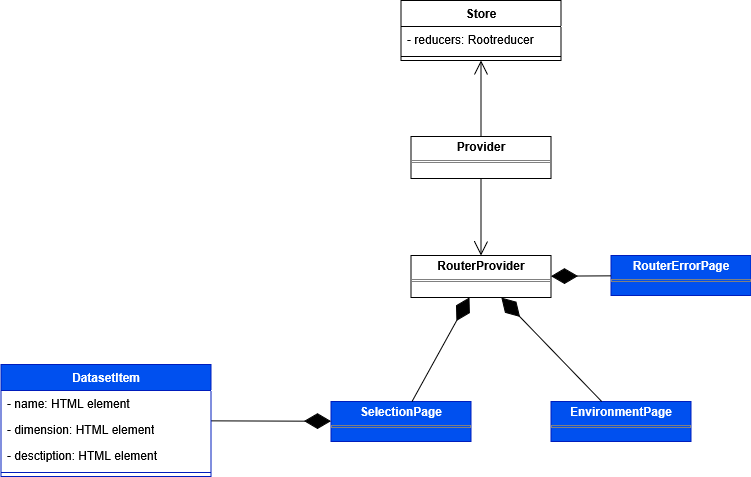
Before: Docs/PB/Generali Esterni/specifica_tecnica/template/images/uml_front/ui/pages.png, a diagram exported from draw.io (6BitBusters/6BitBusters.github.io). Source tidied: cells renumbered, new cells last; positions are measured from the earlier drawing's top-left corner, leaving out a move shared by most shapes. Its diagram source:
```xml
<mxGraphModel>
  <root>
    <mxCell id="0" />
    <mxCell id="1" parent="0" />
    <mxCell id="2" value="&lt;p style=&quot;margin:0px;margin-top:4px;text-align:center;&quot;&gt;&lt;b&gt;Provider&lt;/b&gt;&lt;/p&gt;&lt;hr size=&quot;1&quot; style=&quot;border-style:solid;&quot;&gt;&lt;div style=&quot;height:2px;&quot;&gt;&lt;/div&gt;" style="verticalAlign=top;align=left;overflow=fill;html=1;whiteSpace=wrap;" parent="1" vertex="1">
      <mxGeometry x="409.5" y="136" width="140" height="42" as="geometry" />
    </mxCell>
    <mxCell id="3" style="endArrow=open;endFill=1;endSize=12;html=1;rounded=0;" parent="1" edge="1" source="2" target="8">
      <mxGeometry relative="1" as="geometry" />
    </mxCell>
    <mxCell id="4" value="&lt;div&gt;Store&lt;/div&gt;" style="swimlane;fontStyle=1;align=center;verticalAlign=top;horizontal=1;startSize=26;whiteSpace=wrap;html=1;" parent="1" vertex="1">
      <mxGeometry x="399.5" width="160" height="60" as="geometry" />
    </mxCell>
    <mxCell id="5" value="&lt;div&gt;- reducers: Rootreducer&lt;/div&gt;" style="text;strokeColor=none;fillColor=none;align=left;verticalAlign=top;spacingLeft=4;spacingRight=4;overflow=hidden;whiteSpace=wrap;html=1;" parent="4" vertex="1">
      <mxGeometry y="26" width="160" height="26" as="geometry" />
    </mxCell>
    <mxCell id="6" style="line;strokeWidth=1;fillColor=none;align=left;verticalAlign=middle;spacingTop=-1;spacingLeft=3;spacingRight=3;labelPosition=right;strokeColor=inherit;" parent="4" vertex="1">
      <mxGeometry y="52" width="160" height="8" as="geometry" />
    </mxCell>
    <mxCell id="7" style="endArrow=open;endFill=1;endSize=12;html=1;rounded=0;" parent="1" edge="1" source="2" target="4">
      <mxGeometry relative="1" as="geometry" />
    </mxCell>
    <mxCell id="8" value="&lt;p style=&quot;margin:0px;margin-top:4px;text-align:center;&quot;&gt;&lt;b&gt;RouterProvider&lt;/b&gt;&lt;/p&gt;&lt;hr size=&quot;1&quot; style=&quot;border-style:solid;&quot;&gt;&lt;div style=&quot;height:2px;&quot;&gt;&lt;/div&gt;" style="verticalAlign=top;align=left;overflow=fill;html=1;whiteSpace=wrap;" parent="1" vertex="1">
      <mxGeometry x="409.5" y="255" width="140" height="42" as="geometry" />
    </mxCell>
    <mxCell id="9" value="&lt;p style=&quot;margin:0px;margin-top:4px;text-align:center;&quot;&gt;&lt;b&gt;SelectionPage&lt;/b&gt;&lt;/p&gt;&lt;hr size=&quot;1&quot; style=&quot;border-style:solid;&quot;&gt;&lt;div style=&quot;height:2px;&quot;&gt;&lt;/div&gt;" style="verticalAlign=top;align=left;overflow=fill;html=1;whiteSpace=wrap;fillColor=#0050ef;fontColor=#ffffff;strokeColor=#001DBC;" parent="1" vertex="1">
      <mxGeometry x="329.5" y="401" width="140" height="40" as="geometry" />
    </mxCell>
    <mxCell id="10" value="&lt;p style=&quot;margin:0px;margin-top:4px;text-align:center;&quot;&gt;&lt;b&gt;EnvironmentPage&lt;/b&gt;&lt;/p&gt;&lt;hr size=&quot;1&quot; style=&quot;border-style:solid;&quot;&gt;&lt;div style=&quot;height:2px;&quot;&gt;&lt;/div&gt;" style="verticalAlign=top;align=left;overflow=fill;html=1;whiteSpace=wrap;fillColor=#0050ef;fontColor=#ffffff;strokeColor=#001DBC;" parent="1" vertex="1">
      <mxGeometry x="549.5" y="401" width="140" height="40" as="geometry" />
    </mxCell>
    <mxCell id="11" style="endArrow=diamondThin;endFill=1;endSize=24;html=1;rounded=0;" parent="1" edge="1" source="9" target="8">
      <mxGeometry relative="1" as="geometry" />
    </mxCell>
    <mxCell id="12" style="endArrow=diamondThin;endFill=1;endSize=24;html=1;rounded=0;" parent="1" edge="1" source="10" target="8">
      <mxGeometry relative="1" as="geometry" />
    </mxCell>
    <mxCell id="13" value="&lt;p style=&quot;margin:0px;margin-top:4px;text-align:center;&quot;&gt;&lt;b&gt;RouterErrorPage&lt;/b&gt;&lt;/p&gt;&lt;hr size=&quot;1&quot; style=&quot;border-style:solid;&quot;&gt;&lt;div style=&quot;height:2px;&quot;&gt;&lt;/div&gt;" style="verticalAlign=top;align=left;overflow=fill;html=1;whiteSpace=wrap;fillColor=#0050ef;fontColor=#ffffff;strokeColor=#001DBC;" parent="1" vertex="1">
      <mxGeometry x="609.5" y="255" width="140" height="40" as="geometry" />
    </mxCell>
    <mxCell id="14" style="endArrow=diamondThin;endFill=1;endSize=24;html=1;rounded=0;" parent="1" edge="1" source="13" target="8">
      <mxGeometry relative="1" as="geometry" />
    </mxCell>
    <mxCell id="15" style="endArrow=diamondThin;endFill=1;endSize=24;html=1;rounded=0;" parent="1" edge="1" source="16" target="9">
      <mxGeometry relative="1" as="geometry" />
    </mxCell>
    <mxCell id="16" value="DatasetItem" style="swimlane;fontStyle=1;align=center;verticalAlign=top;horizontal=1;startSize=26;whiteSpace=wrap;html=1;fillColor=#0050ef;fontColor=#ffffff;strokeColor=#001DBC;" parent="1" vertex="1">
      <mxGeometry x="-0.5" y="364" width="210" height="112" as="geometry" />
    </mxCell>
    <mxCell id="17" value="- name: HTML element" style="text;strokeColor=none;fillColor=none;align=left;verticalAlign=top;spacingLeft=4;spacingRight=4;overflow=hidden;whiteSpace=wrap;html=1;" parent="16" vertex="1">
      <mxGeometry y="26" width="210" height="26" as="geometry" />
    </mxCell>
    <mxCell id="18" value="- dimension: HTML element" style="text;strokeColor=none;fillColor=none;align=left;verticalAlign=top;spacingLeft=4;spacingRight=4;overflow=hidden;whiteSpace=wrap;html=1;" parent="16" vertex="1">
      <mxGeometry y="52" width="210" height="26" as="geometry" />
    </mxCell>
    <mxCell id="19" value="- desctiption: HTML element" style="text;strokeColor=none;fillColor=none;align=left;verticalAlign=top;spacingLeft=4;spacingRight=4;overflow=hidden;whiteSpace=wrap;html=1;" parent="16" vertex="1">
      <mxGeometry y="78" width="210" height="26" as="geometry" />
    </mxCell>
    <mxCell id="20" style="line;strokeWidth=1;fillColor=none;align=left;verticalAlign=middle;spacingTop=-1;spacingLeft=3;spacingRight=3;labelPosition=right;strokeColor=inherit;" parent="16" vertex="1">
      <mxGeometry y="104" width="210" height="8" as="geometry" />
    </mxCell>
  </root>
</mxGraphModel>
```
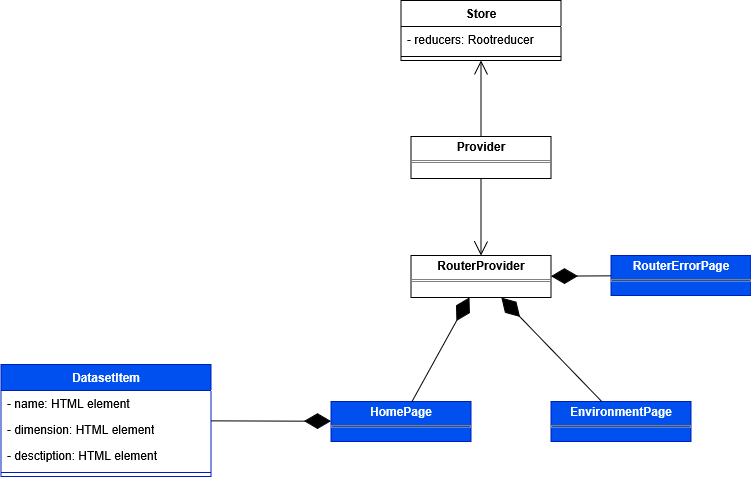
After the change.

The edit, as a diff of the source:
```diff
@@ -23,7 +23,7 @@
     <mxCell id="8" value="&lt;p style=&quot;margin:0px;margin-top:4px;text-align:center;&quot;&gt;&lt;b&gt;RouterProvider&lt;/b&gt;&lt;/p&gt;&lt;hr size=&quot;1&quot; style=&quot;border-style:solid;&quot;&gt;&lt;div style=&quot;height:2px;&quot;&gt;&lt;/div&gt;" style="verticalAlign=top;align=left;overflow=fill;html=1;whiteSpace=wrap;" parent="1" vertex="1">
       <mxGeometry x="409.5" y="255" width="140" height="42" as="geometry" />
     </mxCell>
-    <mxCell id="9" value="&lt;p style=&quot;margin:0px;margin-top:4px;text-align:center;&quot;&gt;&lt;b&gt;SelectionPage&lt;/b&gt;&lt;/p&gt;&lt;hr size=&quot;1&quot; style=&quot;border-style:solid;&quot;&gt;&lt;div style=&quot;height:2px;&quot;&gt;&lt;/div&gt;" style="verticalAlign=top;align=left;overflow=fill;html=1;whiteSpace=wrap;fillColor=#0050ef;fontColor=#ffffff;strokeColor=#001DBC;" parent="1" vertex="1">
+    <mxCell id="9" value="&lt;p style=&quot;margin:0px;margin-top:4px;text-align:center;&quot;&gt;&lt;b&gt;HomePage&lt;/b&gt;&lt;/p&gt;&lt;p style=&quot;margin:0px;margin-top:4px;text-align:center;&quot;&gt;&lt;/p&gt;&lt;hr size=&quot;1&quot; style=&quot;border-style:solid;&quot;&gt;&lt;div style=&quot;height:2px;&quot;&gt;&lt;/div&gt;" style="verticalAlign=top;align=left;overflow=fill;html=1;whiteSpace=wrap;fillColor=#0050ef;fontColor=#ffffff;strokeColor=#001DBC;" parent="1" vertex="1">
       <mxGeometry x="329.5" y="401" width="140" height="40" as="geometry" />
     </mxCell>
     <mxCell id="10" value="&lt;p style=&quot;margin:0px;margin-top:4px;text-align:center;&quot;&gt;&lt;b&gt;EnvironmentPage&lt;/b&gt;&lt;/p&gt;&lt;hr size=&quot;1&quot; style=&quot;border-style:solid;&quot;&gt;&lt;div style=&quot;height:2px;&quot;&gt;&lt;/div&gt;" style="verticalAlign=top;align=left;overflow=fill;html=1;whiteSpace=wrap;fillColor=#0050ef;fontColor=#ffffff;strokeColor=#001DBC;" parent="1" vertex="1">
```
